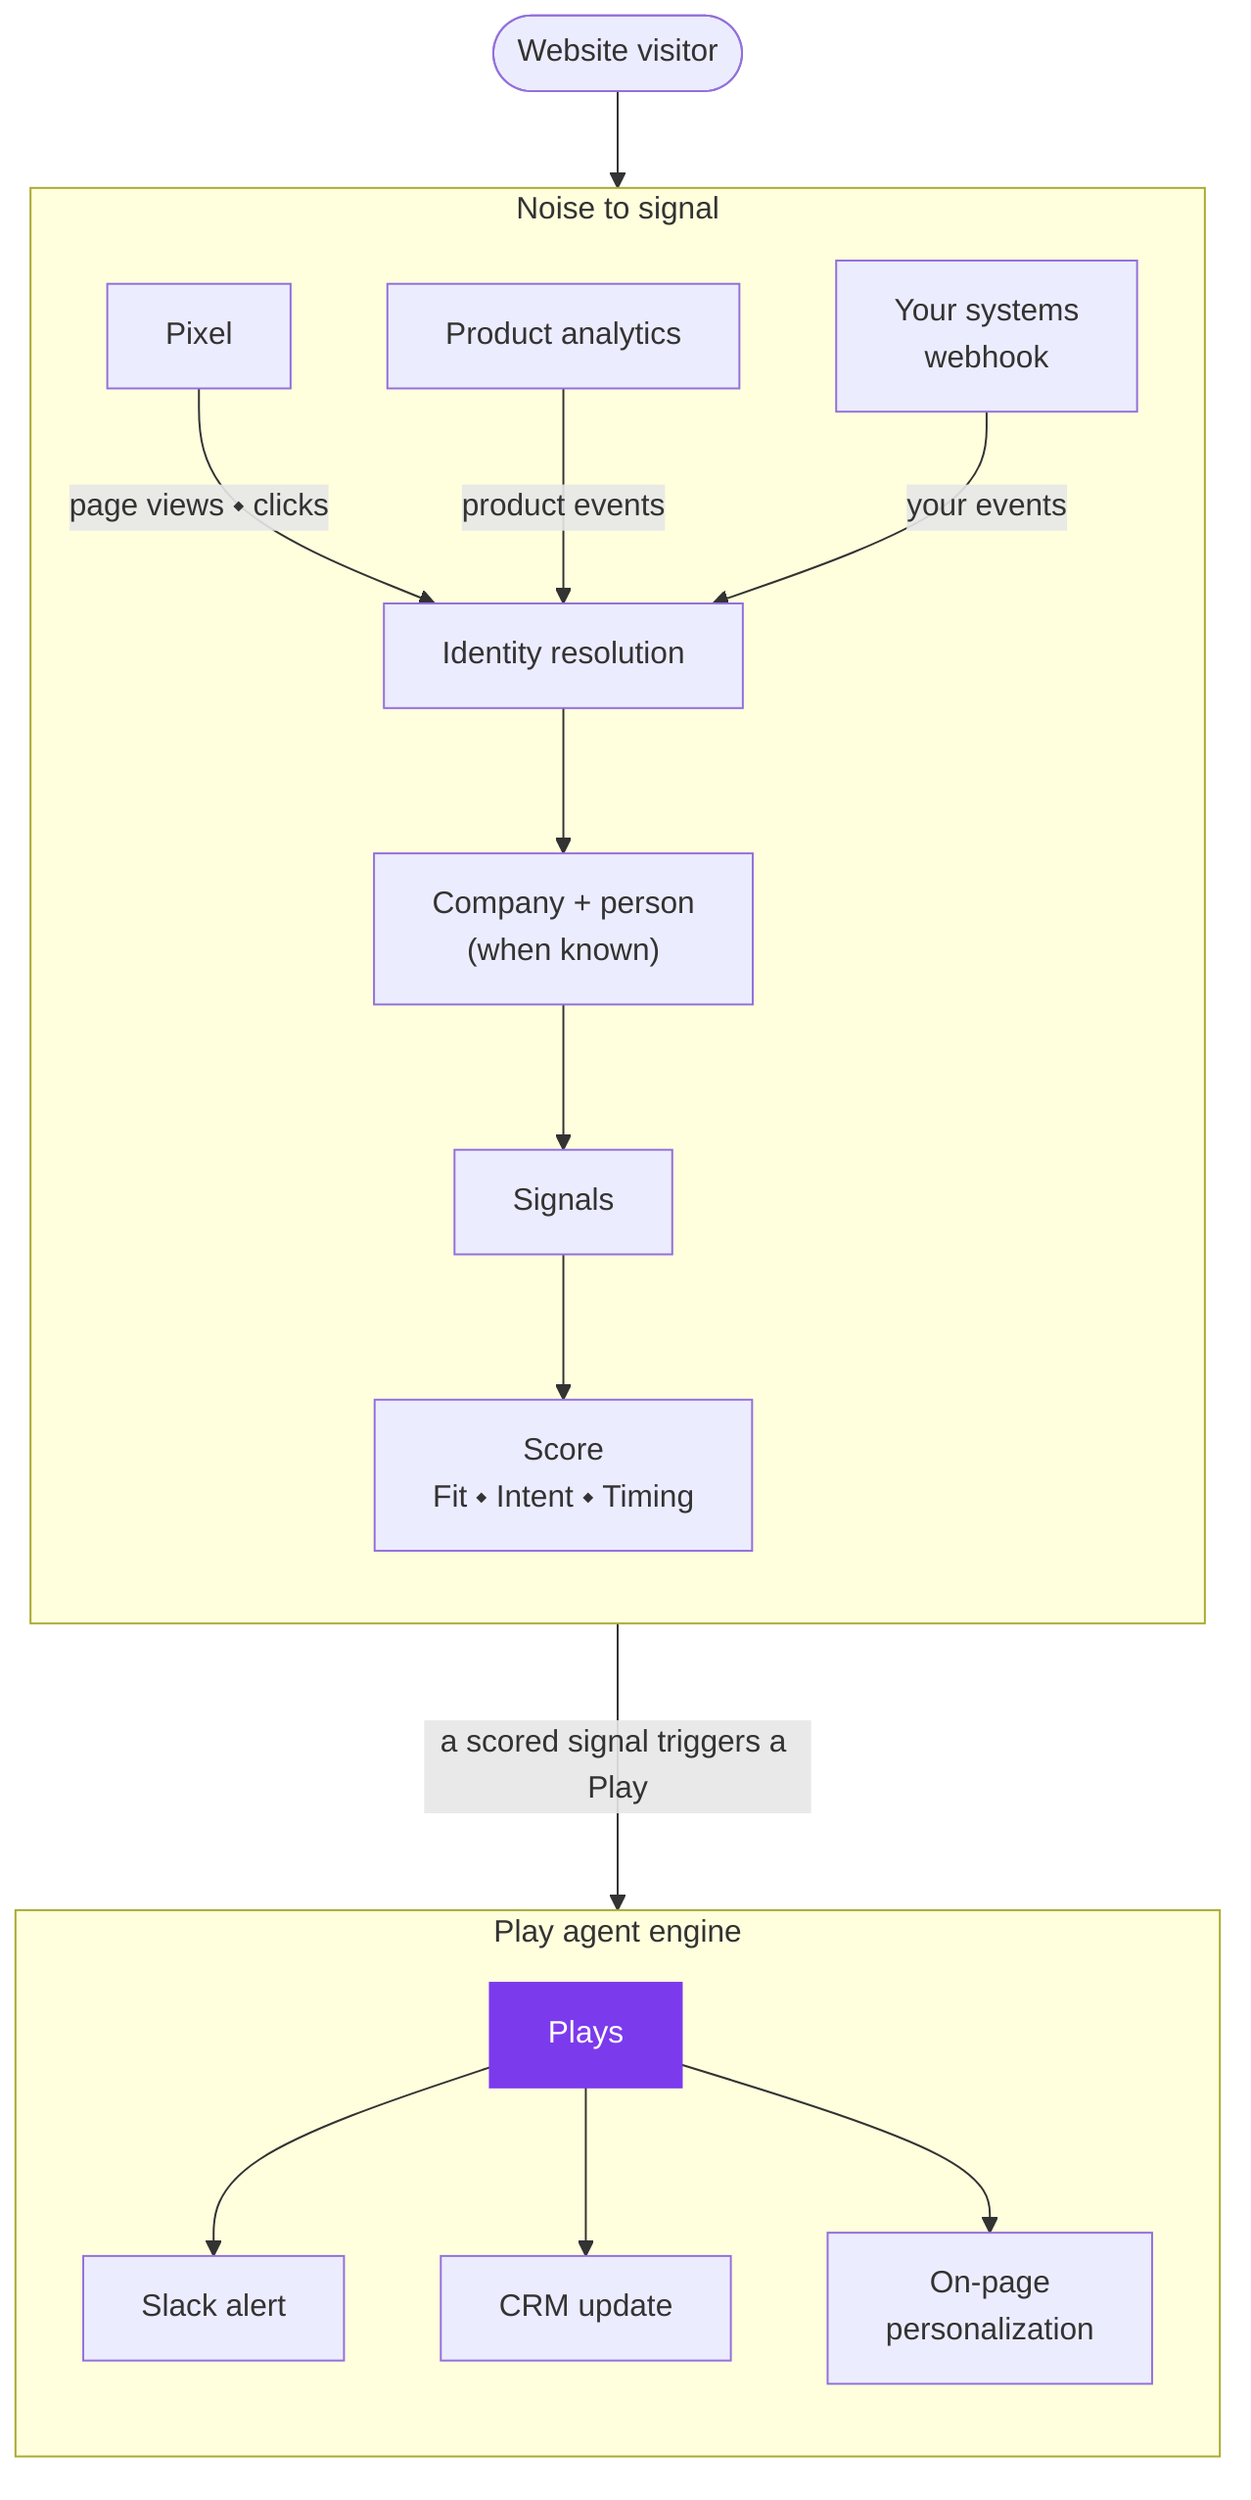
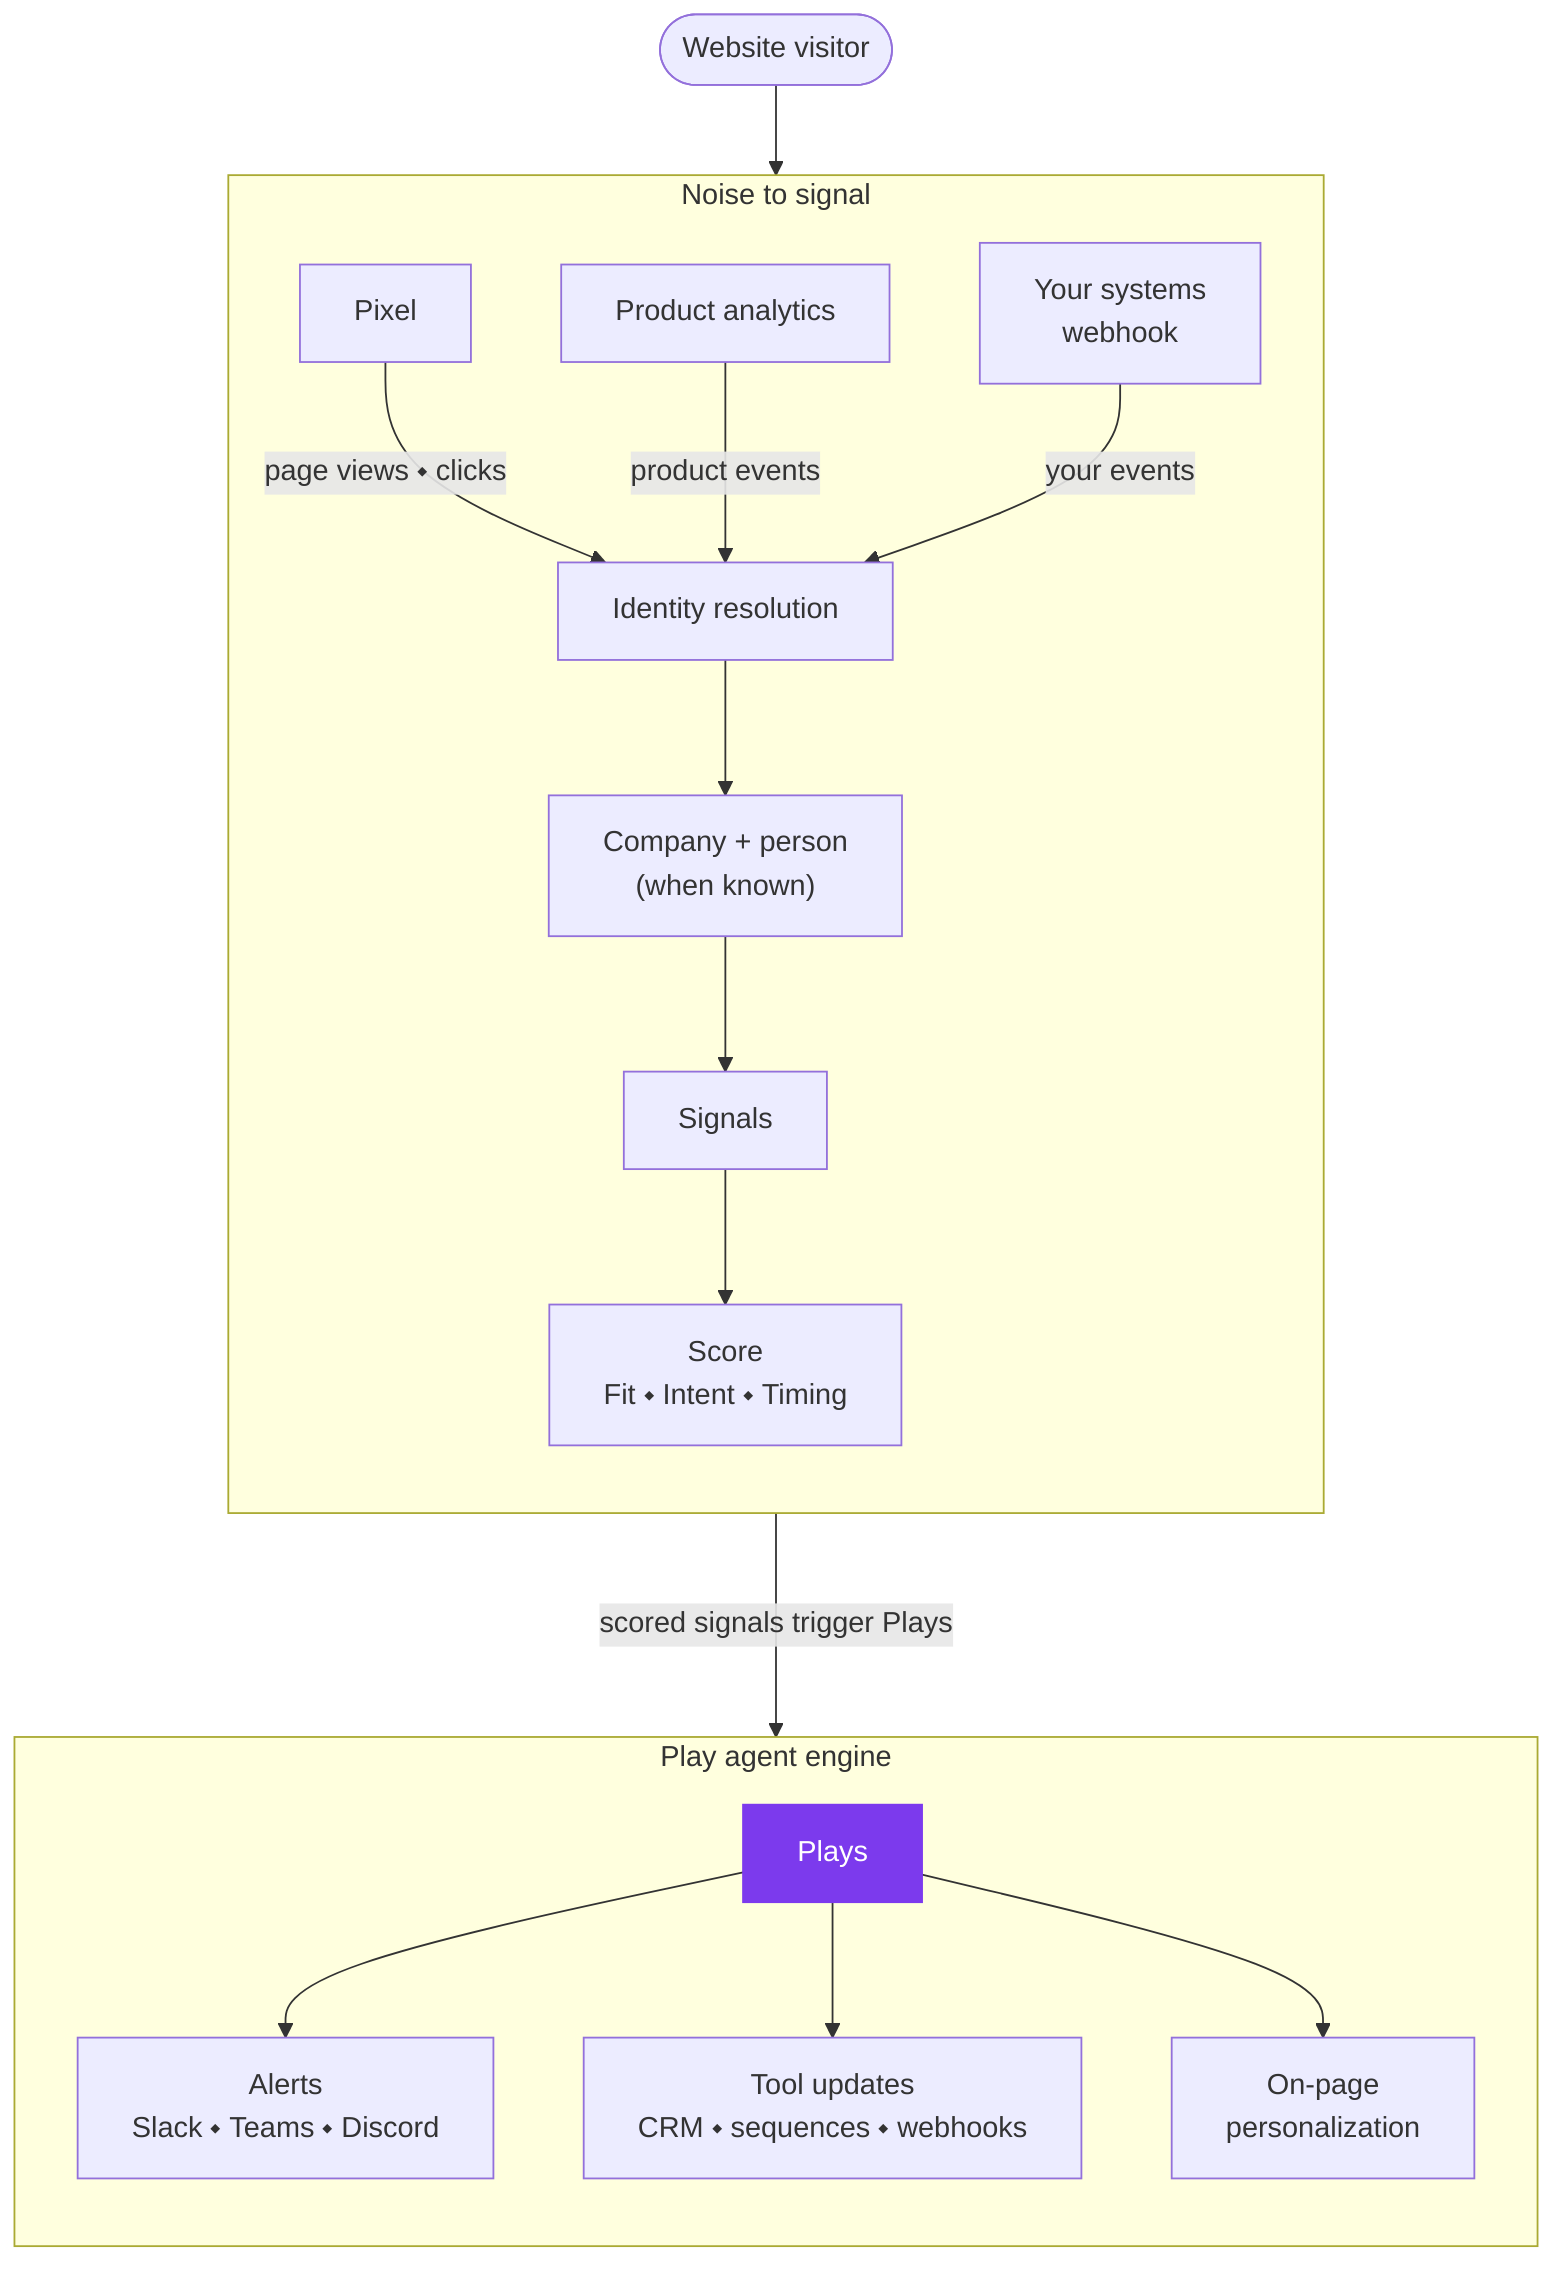
flowchart TB
    V([Website visitor]) --> P
    subgraph NS ["Noise to signal"]
        direction TB
        P[Pixel] -->|"page views ⬩ clicks"| ID[Identity resolution]
        PH[Product analytics] -->|"product events"| ID
        WH[Your systems<br/>webhook] -->|"your events"| ID
        ID --> CO["Company + person<br/>(when known)"]
        CO --> S[Signals]
        S --> SC["Score<br/>Fit&nbsp;⬩&nbsp;Intent&nbsp;⬩&nbsp;Timing"]
    end
    subgraph PE ["Play agent engine"]
        direction TB
-         PL[Plays]:::accent --> O1[Slack alert]
-         PL --> O2[CRM update]
+         PL[Plays]:::accent --> O1["Alerts<br/>Slack&nbsp;⬩&nbsp;Teams&nbsp;⬩&nbsp;Discord"]
+         PL --> O2["Tool updates<br/>CRM&nbsp;⬩&nbsp;sequences&nbsp;⬩&nbsp;webhooks"]
        PL --> O3[On-page<br/>personalization]
    end
-     SC --->|"a scored signal triggers a Play"| PL
+     SC --->|"scored signals trigger Plays"| PL
    classDef accent fill:#7C3AED,stroke:#7C3AED,color:#FFFFFF
